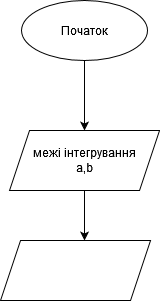
Earlier version of the draw.io export Untitled Diagram.drawio.png (VolodymyrLutskevych-PE-12/Lab_2_Volodymyr-Lutskevych_PE-12_-1-). Source tidied: cells renumbered, new cells last; positions are measured from the earlier drawing's top-left corner, leaving out a move shared by most shapes.
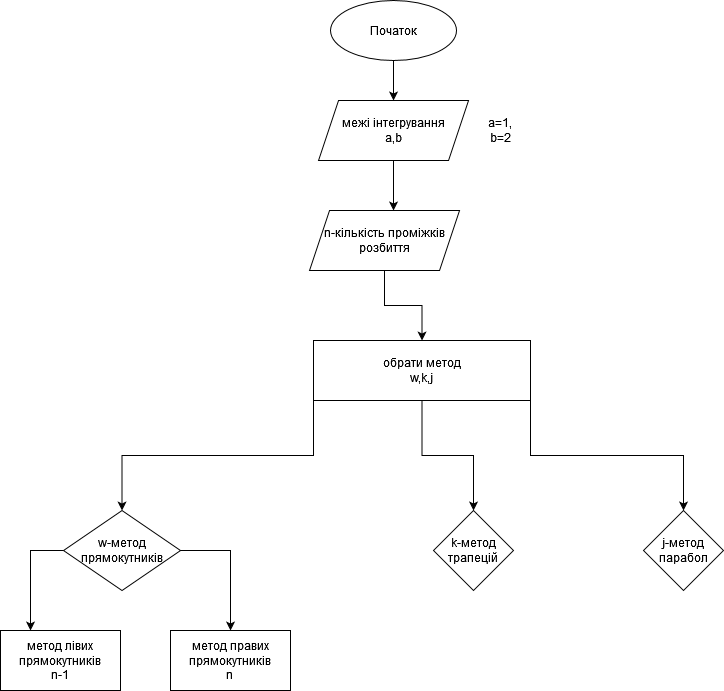
The same file after the commit.

What changed in the source:
```diff
@@ -2,13 +2,13 @@
   <root>
     <mxCell id="0" />
     <mxCell id="1" parent="0" />
-    <mxCell id="2" style="edgeStyle=orthogonalEdgeStyle;rounded=0;jettySize=auto;html=1;" parent="1" edge="1" source="3">
-      <mxGeometry relative="1" as="geometry">
-        <mxPoint x="84" y="130" as="targetPoint" />
-      </mxGeometry>
-    </mxCell>
+    <mxCell id="7" style="edgeStyle=orthogonalEdgeStyle;rounded=0;jettySize=auto;html=1;" parent="1" edge="1" source="3">
+      <mxGeometry relative="1" as="geometry">
+        <mxPoint x="84" y="130" as="targetPoint" />
+      </mxGeometry>
+    </mxCell>
     <mxCell id="3" value="Початок" style="ellipse;whiteSpace=wrap;html=1;" parent="1" vertex="1">
-      <mxGeometry x="21" width="126" height="60" as="geometry" />
+      <mxGeometry x="21" y="30" width="126" height="60" as="geometry" />
     </mxCell>
     <mxCell id="4" style="edgeStyle=orthogonalEdgeStyle;rounded=0;jettySize=auto;html=1;exitX=0.5;exitY=1;exitDx=0;exitDy=0;" parent="1" edge="1" source="5">
       <mxGeometry relative="1" as="geometry">
@@ -18,8 +18,47 @@
     <mxCell id="5" value="&lt;div&gt;межі інтегрування &lt;/div&gt;a,b" style="shape=parallelogram;perimeter=parallelogramPerimeter;whiteSpace=wrap;html=1;fixedSize=1;" parent="1" vertex="1">
       <mxGeometry x="9" y="130" width="150" height="60" as="geometry" />
     </mxCell>
+    <mxCell id="8" style="edgeStyle=orthogonalEdgeStyle;rounded=0;jettySize=auto;html=1;exitX=0.5;exitY=1;exitDx=0;exitDy=0;" parent="1" edge="1" source="6" target="20">
+      <mxGeometry relative="1" as="geometry" />
+    </mxCell>
-    <mxCell id="6" style="shape=parallelogram;perimeter=parallelogramPerimeter;whiteSpace=wrap;html=1;fixedSize=1;" parent="1" vertex="1">
+    <mxCell id="6" value="n-кількість проміжків розбиття" style="shape=parallelogram;perimeter=parallelogramPerimeter;whiteSpace=wrap;html=1;fixedSize=1;" parent="1" vertex="1">
       <mxGeometry y="240" width="150" height="60" as="geometry" />
     </mxCell>
+    <mxCell id="9" style="edgeStyle=orthogonalEdgeStyle;rounded=0;jettySize=auto;html=1;exitX=1;exitY=0.5;exitDx=0;exitDy=0;entryX=0.5;entryY=0;entryDx=0;entryDy=0;" parent="1" edge="1" source="11" target="15">
+      <mxGeometry relative="1" as="geometry" />
+    </mxCell>
+    <mxCell id="10" style="edgeStyle=orthogonalEdgeStyle;rounded=0;jettySize=auto;html=1;exitX=0;exitY=0.5;exitDx=0;exitDy=0;entryX=0.25;entryY=0;entryDx=0;entryDy=0;" parent="1" edge="1" source="11" target="14">
+      <mxGeometry relative="1" as="geometry" />
+    </mxCell>
+    <mxCell id="11" value="w-метод прямокутників" style="rhombus;whiteSpace=wrap;html=1;" parent="1" vertex="1">
+      <mxGeometry x="-246" y="540" width="117" height="80" as="geometry" />
+    </mxCell>
+    <mxCell id="12" value="k-метод трапецій" style="rhombus;whiteSpace=wrap;html=1;" parent="1" vertex="1">
+      <mxGeometry x="124" y="540" width="80" height="80" as="geometry" />
+    </mxCell>
+    <mxCell id="13" value="j-метод парабол" style="rhombus;whiteSpace=wrap;html=1;" parent="1" vertex="1">
+      <mxGeometry x="334" y="540" width="80" height="80" as="geometry" />
+    </mxCell>
+    <mxCell id="14" value="&lt;div&gt;метод лівих прямокутників&lt;/div&gt;&lt;div&gt;n-1&lt;br&gt;&lt;/div&gt;" style="rounded=0;whiteSpace=wrap;html=1;" parent="1" vertex="1">
+      <mxGeometry x="-309" y="660" width="120" height="60" as="geometry" />
+    </mxCell>
+    <mxCell id="15" value="&lt;div&gt;метод правих прямокутників&lt;/div&gt;&lt;div&gt;n&lt;br&gt;&lt;/div&gt;" style="rounded=0;whiteSpace=wrap;html=1;" parent="1" vertex="1">
+      <mxGeometry x="-139" y="660" width="120" height="60" as="geometry" />
+    </mxCell>
+    <mxCell id="16" value="а=1, b=2" style="text;html=1;strokeColor=none;fillColor=none;align=center;verticalAlign=middle;whiteSpace=wrap;rounded=0;" parent="1" vertex="1">
+      <mxGeometry x="171" y="140" width="40" height="40" as="geometry" />
+    </mxCell>
+    <mxCell id="17" style="edgeStyle=orthogonalEdgeStyle;rounded=0;jettySize=auto;html=1;exitX=0;exitY=1;exitDx=0;exitDy=0;" parent="1" edge="1" source="20" target="11">
+      <mxGeometry relative="1" as="geometry" />
+    </mxCell>
+    <mxCell id="18" style="edgeStyle=orthogonalEdgeStyle;rounded=0;jettySize=auto;html=1;exitX=0.5;exitY=1;exitDx=0;exitDy=0;entryX=0.5;entryY=0;entryDx=0;entryDy=0;" parent="1" edge="1" source="20" target="12">
+      <mxGeometry relative="1" as="geometry" />
+    </mxCell>
+    <mxCell id="19" style="edgeStyle=orthogonalEdgeStyle;rounded=0;jettySize=auto;html=1;exitX=1;exitY=1;exitDx=0;exitDy=0;" parent="1" edge="1" source="20" target="13">
+      <mxGeometry relative="1" as="geometry" />
+    </mxCell>
+    <mxCell id="20" value="&lt;div&gt;обрати метод&lt;/div&gt;w,k,j" style="rounded=0;whiteSpace=wrap;html=1;" parent="1" vertex="1">
+      <mxGeometry x="4" y="370" width="217" height="60" as="geometry" />
+    </mxCell>
   </root>
 </mxGraphModel>
```
